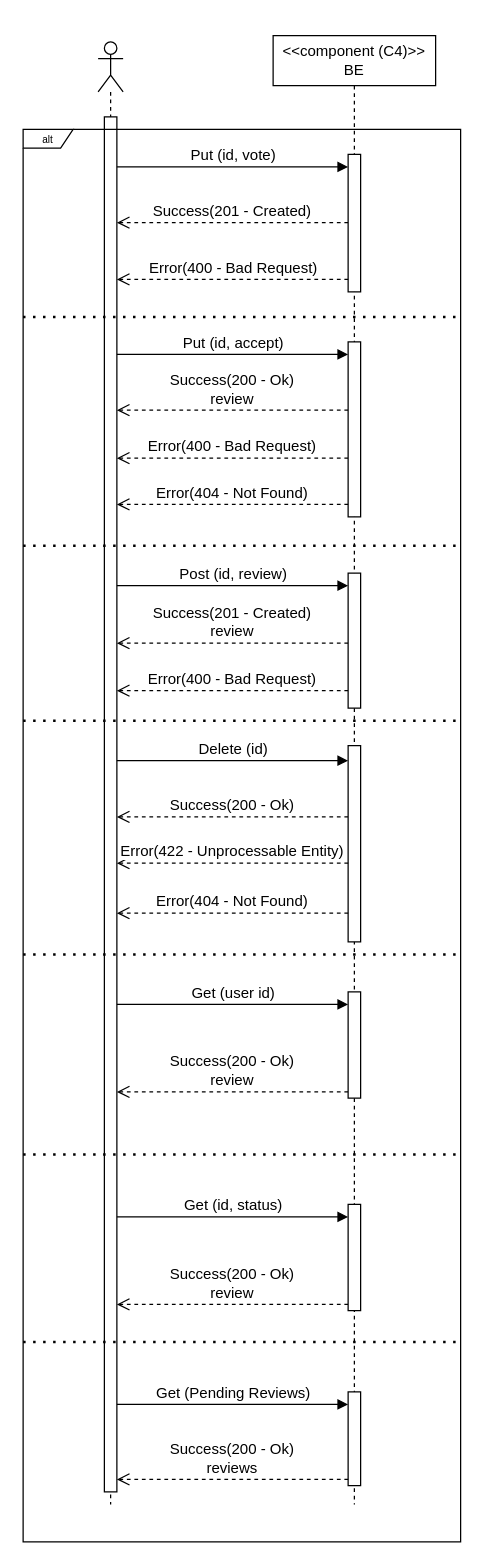
Before: page "Página-16" (16 of 20) of drawio/acme_documentation.drawio in andre34gomes/ARQSOFT, a draw.io diagram. Source tidied: cells renumbered, new cells numbered last; positions are measured from the earlier drawing's top-left corner, leaving out a move shared by most shapes. Both pictures are drawn from the tidied source at 125%, with x=0, y=0 at pixel (22, 35).
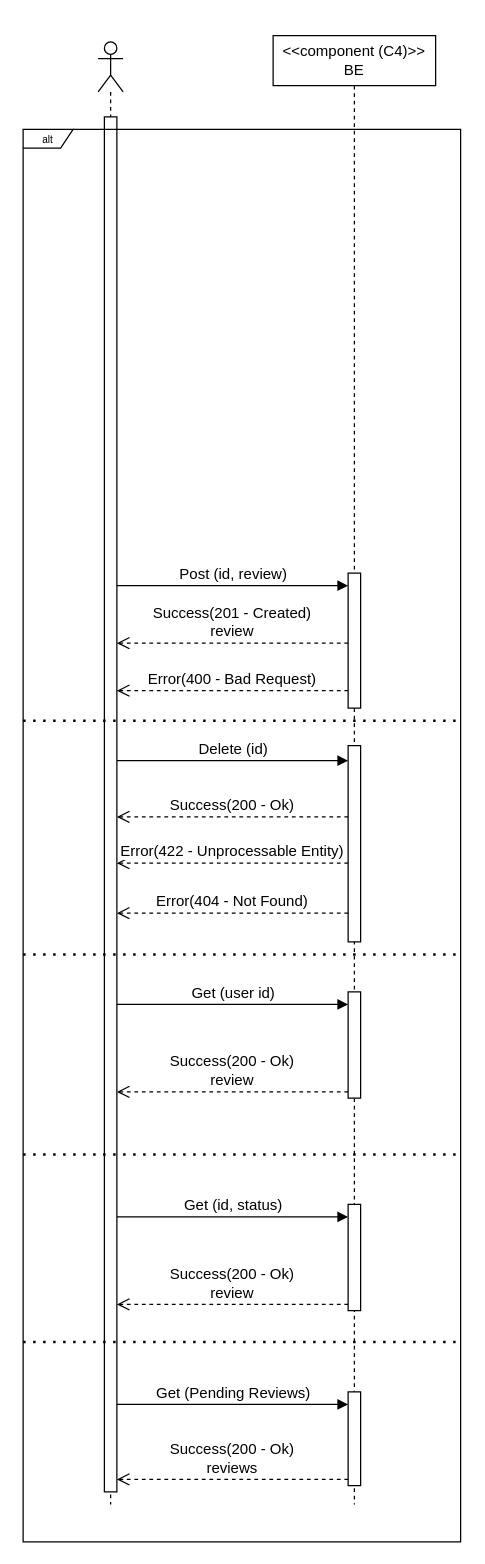
The same diagram, later.

Commit message (it also covers changes not shown here):
N3_VP_Post_Review Major changes in other diagrams

Change to the diagram source:
```diff
@@
-    <mxCell id="4" value="Put (id, vote)" style="html=1;verticalAlign=bottom;endArrow=block;curved=0;rounded=0;entryX=0;entryY=0;entryDx=0;entryDy=5;fontFamily=Helvetica;fontSize=12;fontColor=default;" parent="1" edge="1">
-      <mxGeometry relative="1" as="geometry">
-        <mxPoint x="75" y="105" as="sourcePoint" />
-        <mxPoint x="260" y="105" as="targetPoint" />
-      </mxGeometry>
-    </mxCell>
@@
-    <mxCell id="17" value="Success(200 - Ok)&lt;br&gt;review" style="html=1;verticalAlign=bottom;endArrow=open;dashed=1;endSize=8;curved=0;rounded=0;fontFamily=Helvetica;fontSize=12;fontColor=default;" parent="1" edge="1">
-      <mxGeometry relative="1" as="geometry">
-        <mxPoint x="260" y="299.6" as="sourcePoint" />
-        <mxPoint x="75" y="299.6" as="targetPoint" />
-      </mxGeometry>
-    </mxCell>
@@
-    <mxCell id="19" value="Put (id, accept)" style="html=1;verticalAlign=bottom;endArrow=block;curved=0;rounded=0;fontFamily=Helvetica;fontSize=12;fontColor=default;" parent="1" edge="1">
-      <mxGeometry relative="1" as="geometry">
-        <mxPoint x="75" y="255" as="sourcePoint" />
-        <mxPoint x="260" y="255" as="targetPoint" />
-      </mxGeometry>
-    </mxCell>
@@
-    <mxCell id="22" value="Success(201 - Created)" style="html=1;verticalAlign=bottom;endArrow=open;dashed=1;endSize=8;curved=0;rounded=0;fontFamily=Helvetica;fontSize=12;fontColor=default;" parent="1" edge="1">
-      <mxGeometry relative="1" as="geometry">
-        <mxPoint x="260" y="149.6" as="sourcePoint" />
-        <mxPoint x="75" y="149.6" as="targetPoint" />
-      </mxGeometry>
-    </mxCell>
-    <mxCell id="23" value="Error(400 - Bad Request)" style="html=1;verticalAlign=bottom;endArrow=open;dashed=1;endSize=8;curved=0;rounded=0;fontFamily=Helvetica;fontSize=12;fontColor=default;" parent="1" edge="1">
-      <mxGeometry relative="1" as="geometry">
-        <mxPoint x="260" y="338" as="sourcePoint" />
-        <mxPoint x="75" y="338" as="targetPoint" />
-      </mxGeometry>
-    </mxCell>
@@
-    <mxCell id="27" style="html=1;perimeter=orthogonalPerimeter;targetShapes=umlLifeline;newEdgeStyle={&quot;curved&quot;:0,&quot;rounded&quot;:0};strokeColor=default;align=center;verticalAlign=middle;fontFamily=Helvetica;fontSize=12;fontColor=default;fillColor=default;" parent="1" vertex="1">
-      <mxGeometry x="260" y="245" width="10" height="140" as="geometry" />
-    </mxCell>
-    <mxCell id="28" style="html=1;perimeter=orthogonalPerimeter;targetShapes=umlLifeline;newEdgeStyle={&quot;curved&quot;:0,&quot;rounded&quot;:0};strokeColor=default;align=center;verticalAlign=middle;fontFamily=Helvetica;fontSize=12;fontColor=default;fillColor=default;" parent="1" vertex="1">
-      <mxGeometry x="260" y="95" width="10" height="110" as="geometry" />
-    </mxCell>
@@
-    <mxCell id="31" style="endArrow=none;dashed=1;html=1;dashPattern=1 3;strokeWidth=2;rounded=0;entryX=1.003;entryY=0.152;entryDx=0;entryDy=0;entryPerimeter=0;" parent="1" edge="1">
-      <mxGeometry relative="1" as="geometry">
-        <mxPoint x="-0.1" y="225" as="sourcePoint" />
-        <mxPoint x="350" y="225.1" as="targetPoint" />
-      </mxGeometry>
-    </mxCell>
-    <mxCell id="32" style="endArrow=none;dashed=1;html=1;dashPattern=1 3;strokeWidth=2;rounded=0;entryX=1.003;entryY=0.152;entryDx=0;entryDy=0;entryPerimeter=0;" parent="1" edge="1">
-      <mxGeometry relative="1" as="geometry">
-        <mxPoint y="408" as="sourcePoint" />
-        <mxPoint x="350" y="408.1" as="targetPoint" />
-      </mxGeometry>
-    </mxCell>
@@
-    <mxCell id="36" value="Error(400 - Bad Request)" style="html=1;verticalAlign=bottom;endArrow=open;dashed=1;endSize=8;curved=0;rounded=0;fontFamily=Helvetica;fontSize=12;fontColor=default;" parent="1" edge="1">
-      <mxGeometry x="-0.01" relative="1" as="geometry">
-        <mxPoint x="260" y="195" as="sourcePoint" />
-        <mxPoint x="75" y="195" as="targetPoint" />
-      </mxGeometry>
-    </mxCell>
-    <mxCell id="37" value="Error(404 - Not Found)" style="html=1;verticalAlign=bottom;endArrow=open;dashed=1;endSize=8;curved=0;rounded=0;fontFamily=Helvetica;fontSize=12;fontColor=default;" parent="1" edge="1">
-      <mxGeometry relative="1" as="geometry">
-        <mxPoint x="260" y="375" as="sourcePoint" />
-        <mxPoint x="75" y="375" as="targetPoint" />
-      </mxGeometry>
-    </mxCell>
```
